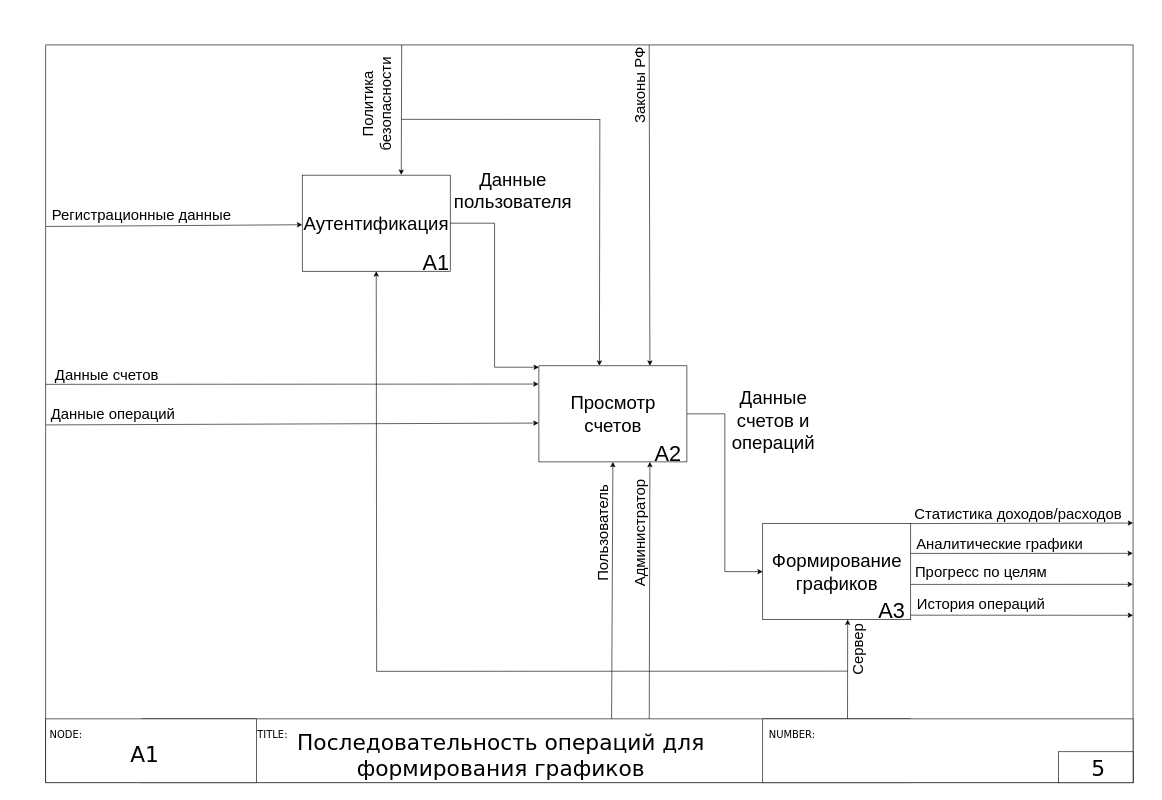
This is A1.drawio from melekhelyon/KR, a draw.io file, before an edit. Source tidied: cells renumbered, new cells numbered last; positions are measured from the earlier drawing's top-left corner, leaving out a move shared by most shapes. Both pictures are drawn from the tidied source at 62%, with x=0, y=0 at pixel (11, 45).
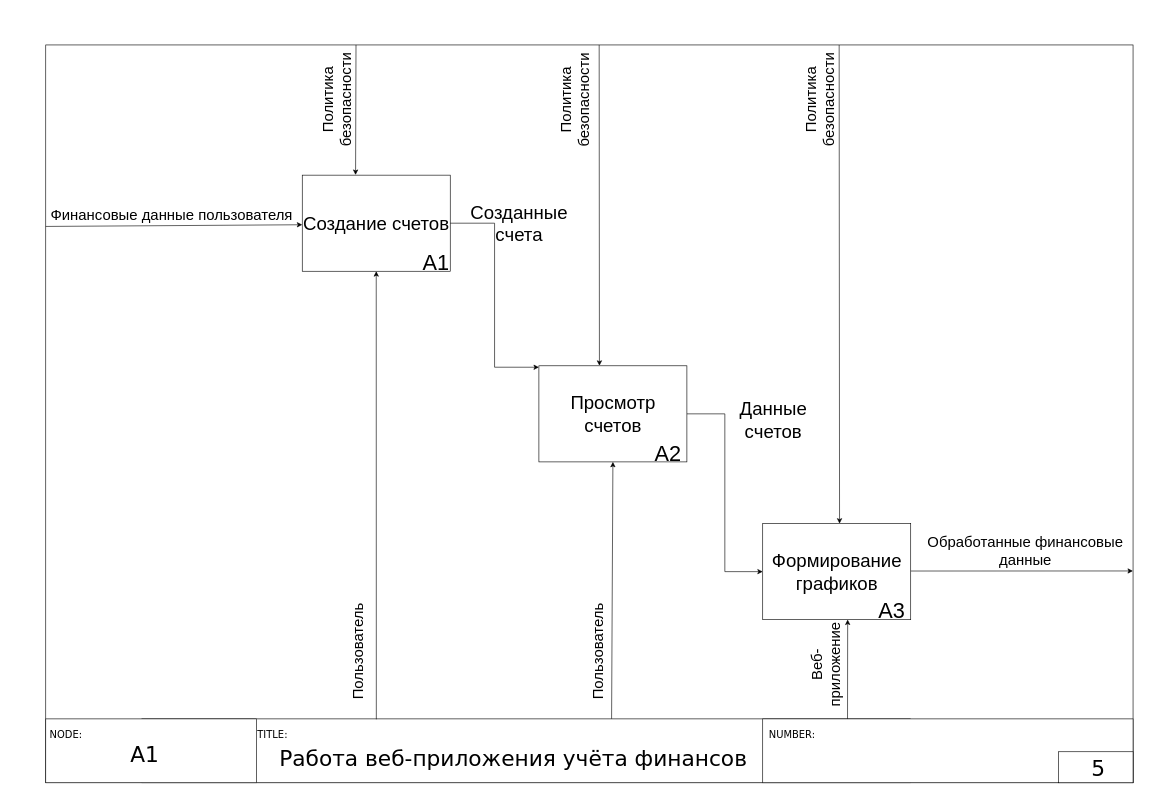
Above is the later version.

Unchanged cells that the change refers to:
```xml
<mxCell id="2" value="фф" style="rounded=0;whiteSpace=wrap;html=1;fontFamily=Verdana;fontSize=16;fillColor=default;strokeColor=default;imageAspect=0;" parent="1" vertex="1">
  <mxGeometry x="56.3" width="1753.7" height="1190" as="geometry" />
</mxCell>
<mxCell id="38" value="&lt;font style=&quot;font-size: 30px;&quot;&gt;Просмотр счетов&lt;/font&gt;" style="rounded=0;whiteSpace=wrap;html=1;" parent="1" vertex="1">
  <mxGeometry x="851.7" y="517.5" width="238.7" height="155" as="geometry" />
</mxCell>
<mxCell id="43" value="&lt;font style=&quot;font-size: 30px;&quot;&gt;Формирование графиков&lt;/font&gt;" style="rounded=0;whiteSpace=wrap;html=1;" parent="1" vertex="1">
  <mxGeometry x="1212.7" y="772" width="238.7" height="155" as="geometry" />
</mxCell>
```

What changed in the source:
```diff
@@
-    <mxCell id="3" style="rounded=0;whiteSpace=wrap;html=1;fontFamily=Verdana;fontSize=16;" parent="1" vertex="1">
-      <mxGeometry x="211.3" y="1087" width="1240" height="103" as="geometry" />
-    </mxCell>
-    <mxCell id="4" style="rounded=0;whiteSpace=wrap;html=1;fontFamily=Verdana;fontSize=16;" parent="1" vertex="1">
-      <mxGeometry x="56.3" y="1087" width="340" height="103" as="geometry" />
-    </mxCell>
-    <mxCell id="5" style="rounded=0;whiteSpace=wrap;html=1;fontFamily=Verdana;fontSize=16;" parent="1" vertex="1">
-      <mxGeometry x="1212.7" y="1087" width="597.3" height="103" as="geometry" />
-    </mxCell>
-    <mxCell id="6" style="rounded=0;whiteSpace=wrap;html=1;fontFamily=Verdana;fontSize=16;" parent="1" vertex="1">
-      <mxGeometry x="1690" y="1140" width="120" height="50" as="geometry" />
-    </mxCell>
+    <mxCell id="51" style="rounded=0;whiteSpace=wrap;html=1;fontFamily=Verdana;fontSize=16;" parent="1" vertex="1">
+      <mxGeometry x="211.3" y="1087" width="1240" height="103" as="geometry" />
+    </mxCell>
+    <mxCell id="52" style="rounded=0;whiteSpace=wrap;html=1;fontFamily=Verdana;fontSize=16;" parent="1" vertex="1">
+      <mxGeometry x="56.3" y="1087" width="340" height="103" as="geometry" />
+    </mxCell>
+    <mxCell id="53" style="rounded=0;whiteSpace=wrap;html=1;fontFamily=Verdana;fontSize=16;" parent="1" vertex="1">
+      <mxGeometry x="1212.7" y="1087" width="597.3" height="103" as="geometry" />
+    </mxCell>
+    <mxCell id="54" style="rounded=0;whiteSpace=wrap;html=1;fontFamily=Verdana;fontSize=16;" parent="1" vertex="1">
+      <mxGeometry x="1690" y="1140" width="120" height="50" as="geometry" />
+    </mxCell>
@@
-    <mxCell id="11" style="endArrow=classic;html=1;rounded=0;exitX=0;exitY=0.46;exitDx=0;exitDy=0;exitPerimeter=0;entryX=-0.002;entryY=0.19;entryDx=0;entryDy=0;entryPerimeter=0;" parent="1" edge="1" source="2" target="38">
-      <mxGeometry relative="1" as="geometry" />
-    </mxCell>
-    <mxCell id="12" style="endArrow=classic;html=1;rounded=0;exitX=0;exitY=0.515;exitDx=0;exitDy=0;exitPerimeter=0;entryX=-0.002;entryY=0.596;entryDx=0;entryDy=0;entryPerimeter=0;" parent="1" edge="1" source="2" target="38">
-      <mxGeometry relative="1" as="geometry" />
-    </mxCell>
-    <mxCell id="13" value="&lt;div&gt;&lt;font style=&quot;font-size: 24px;&quot;&gt;Данные счетов&lt;/font&gt;&lt;/div&gt;" style="text;html=1;whiteSpace=wrap;strokeColor=none;fillColor=none;align=center;verticalAlign=middle;rounded=0;" parent="1" vertex="1">
-      <mxGeometry y="517.5" width="310" height="30" as="geometry" />
-    </mxCell>
-    <mxCell id="14" value="&lt;span style=&quot;font-size: 24px;&quot;&gt;Данные операций&lt;/span&gt;" style="text;html=1;whiteSpace=wrap;strokeColor=none;fillColor=none;align=center;verticalAlign=middle;rounded=0;" parent="1" vertex="1">
-      <mxGeometry x="10" y="580" width="310" height="30" as="geometry" />
-    </mxCell>
-    <mxCell id="15" value="&lt;font style=&quot;font-size: 24px;&quot;&gt;Регистрационные данные&lt;/font&gt;" style="text;html=1;whiteSpace=wrap;strokeColor=none;fillColor=none;align=center;verticalAlign=middle;rounded=0;" parent="1" vertex="1">
-      <mxGeometry x="56.3" y="260" width="310" height="30" as="geometry" />
-    </mxCell>
-    <mxCell id="16" style="endArrow=classic;html=1;rounded=0;entryX=1;entryY=0.648;entryDx=0;entryDy=0;entryPerimeter=0;exitX=1;exitY=0;exitDx=0;exitDy=0;" parent="1" edge="1" source="43" target="2">
-      <mxGeometry relative="1" as="geometry" />
-    </mxCell>
-    <mxCell id="17" style="endArrow=classic;html=1;rounded=0;entryX=1;entryY=0.672;entryDx=0;entryDy=0;entryPerimeter=0;exitX=1.001;exitY=0.179;exitDx=0;exitDy=0;exitPerimeter=0;" parent="1" edge="1">
-      <mxGeometry relative="1" as="geometry">
-        <mxPoint x="1451.3" y="820.1" as="sourcePoint" />
-        <mxPoint x="1809.8" y="820" as="targetPoint" />
-      </mxGeometry>
-    </mxCell>
-    <mxCell id="18" style="endArrow=classic;html=1;rounded=0;entryX=1;entryY=0.697;entryDx=0;entryDy=0;entryPerimeter=0;exitX=1.001;exitY=0.371;exitDx=0;exitDy=0;exitPerimeter=0;" parent="1" edge="1">
-      <mxGeometry relative="1" as="geometry">
-        <mxPoint x="1451.3" y="870.1" as="sourcePoint" />
-        <mxPoint x="1809.8" y="870" as="targetPoint" />
-      </mxGeometry>
-    </mxCell>
-    <mxCell id="19" style="endArrow=classic;html=1;rounded=0;entryX=1;entryY=0.773;entryDx=0;entryDy=0;entryPerimeter=0;exitX=0.998;exitY=0.953;exitDx=0;exitDy=0;exitPerimeter=0;" parent="1" edge="1" source="43" target="2">
-      <mxGeometry relative="1" as="geometry" />
-    </mxCell>
-    <mxCell id="20" value="&lt;font style=&quot;font-size: 24px;&quot;&gt;Статистика доходов/расходов&lt;/font&gt;" style="text;html=1;whiteSpace=wrap;strokeColor=none;fillColor=none;align=center;verticalAlign=middle;rounded=0;" parent="1" vertex="1">
-      <mxGeometry x="1410" y="742" width="430" height="30" as="geometry" />
-    </mxCell>
-    <mxCell id="21" value="&lt;font style=&quot;font-size: 24px;&quot;&gt;Аналитические графики&lt;/font&gt;" style="text;html=1;whiteSpace=wrap;strokeColor=none;fillColor=none;align=center;verticalAlign=middle;rounded=0;" parent="1" vertex="1">
-      <mxGeometry x="1440" y="790" width="310" height="30" as="geometry" />
-    </mxCell>
-    <mxCell id="22" value="&lt;font style=&quot;font-size: 24px;&quot;&gt;Прогресс по целям&lt;/font&gt;" style="text;html=1;whiteSpace=wrap;strokeColor=none;fillColor=none;align=center;verticalAlign=middle;rounded=0;" parent="1" vertex="1">
-      <mxGeometry x="1410" y="834.5" width="310" height="30" as="geometry" />
-    </mxCell>
-    <mxCell id="23" value="&lt;font style=&quot;font-size: 24px;&quot;&gt;История операций&lt;/font&gt;" style="text;html=1;whiteSpace=wrap;strokeColor=none;fillColor=none;align=center;verticalAlign=middle;rounded=0;" parent="1" vertex="1">
-      <mxGeometry x="1410" y="887" width="310" height="30" as="geometry" />
-    </mxCell>
-    <mxCell id="24" style="endArrow=classic;html=1;rounded=0;exitX=0.487;exitY=0;exitDx=0;exitDy=0;exitPerimeter=0;entryX=0.669;entryY=-0.003;entryDx=0;entryDy=0;entryPerimeter=0;" parent="1" edge="1" target="39">
-      <mxGeometry relative="1" as="geometry">
-        <mxPoint x="630.4" as="sourcePoint" />
-      </mxGeometry>
-    </mxCell>
-    <mxCell id="25" style="endArrow=classic;html=1;rounded=0;exitX=0.555;exitY=0;exitDx=0;exitDy=0;exitPerimeter=0;entryX=0.75;entryY=0;entryDx=0;entryDy=0;" parent="1" edge="1" source="2" target="38">
-      <mxGeometry relative="1" as="geometry" />
-    </mxCell>
-    <mxCell id="26" value="&lt;font style=&quot;font-size: 24px;&quot;&gt;Политика безопасности&lt;/font&gt;" style="text;html=1;whiteSpace=wrap;strokeColor=none;fillColor=none;align=center;verticalAlign=middle;rounded=0;rotation=-90;" parent="1" vertex="1">
-      <mxGeometry x="470" y="80" width="240" height="30" as="geometry" />
-    </mxCell>
-    <mxCell id="27" value="&lt;span style=&quot;font-size: 24px;&quot;&gt;Законы РФ&lt;/span&gt;" style="text;html=1;whiteSpace=wrap;strokeColor=none;fillColor=none;align=center;verticalAlign=middle;rounded=0;rotation=-90;" parent="1" vertex="1">
-      <mxGeometry x="895" y="50" width="240" height="30" as="geometry" />
-    </mxCell>
-    <mxCell id="28" style="endArrow=classic;html=1;rounded=0;exitX=0.611;exitY=-0.001;exitDx=0;exitDy=0;exitPerimeter=0;entryX=0.5;entryY=1;entryDx=0;entryDy=0;" parent="1" edge="1" source="3" target="38">
-      <mxGeometry relative="1" as="geometry" />
-    </mxCell>
-    <mxCell id="29" style="endArrow=classic;html=1;rounded=0;exitX=0.66;exitY=0;exitDx=0;exitDy=0;exitPerimeter=0;entryX=0.75;entryY=1;entryDx=0;entryDy=0;" parent="1" edge="1" source="3" target="38">
-      <mxGeometry relative="1" as="geometry" />
-    </mxCell>
-    <mxCell id="30" style="endArrow=classic;html=1;rounded=0;exitX=0.229;exitY=0;exitDx=0;exitDy=0;exitPerimeter=0;entryX=0.574;entryY=0.999;entryDx=0;entryDy=0;entryPerimeter=0;" parent="1" edge="1" source="5" target="43">
-      <mxGeometry relative="1" as="geometry" />
-    </mxCell>
-    <mxCell id="31" value="&lt;span style=&quot;font-size: 24px;&quot;&gt;Пользователь&lt;/span&gt;" style="text;html=1;whiteSpace=wrap;strokeColor=none;fillColor=none;align=center;verticalAlign=middle;rounded=0;rotation=-90;" parent="1" vertex="1">
-      <mxGeometry x="800" y="772" width="310" height="30" as="geometry" />
-    </mxCell>
-    <mxCell id="32" value="&lt;span style=&quot;font-size: 24px;&quot;&gt;Администратор&lt;/span&gt;" style="text;html=1;whiteSpace=wrap;strokeColor=none;fillColor=none;align=center;verticalAlign=middle;rounded=0;rotation=-90;" parent="1" vertex="1">
-      <mxGeometry x="860" y="772" width="310" height="30" as="geometry" />
-    </mxCell>
-    <mxCell id="33" value="&lt;span style=&quot;font-size: 24px;&quot;&gt;Сервер&lt;/span&gt;" style="text;html=1;whiteSpace=wrap;strokeColor=none;fillColor=none;align=center;verticalAlign=middle;rounded=0;rotation=-90;" parent="1" vertex="1">
-      <mxGeometry x="1212.7" y="960" width="310" height="30" as="geometry" />
-    </mxCell>
-    <mxCell id="34" value="Последовательность операций для формирования графиков" style="text;whiteSpace=wrap;fontSize=35;fontFamily=Verdana;align=center;" parent="1" vertex="1">
-      <mxGeometry x="461.3" y="1097" width="658.7" height="60" as="geometry" />
-    </mxCell>
+    <mxCell id="55" value="&lt;font style=&quot;font-size: 24px;&quot;&gt;Финансовые данные пользователя&lt;/font&gt;" style="text;html=1;whiteSpace=wrap;strokeColor=none;fillColor=none;align=center;verticalAlign=middle;rounded=0;" parent="1" vertex="1">
+      <mxGeometry x="56.3" y="260.1" width="406.7" height="30" as="geometry" />
+    </mxCell>
+    <mxCell id="56" style="endArrow=classic;html=1;rounded=0;entryX=1;entryY=0.672;entryDx=0;entryDy=0;entryPerimeter=0;exitX=1.001;exitY=0.179;exitDx=0;exitDy=0;exitPerimeter=0;" parent="1" edge="1">
+      <mxGeometry relative="1" as="geometry">
+        <mxPoint x="1451.3" y="848.5" as="sourcePoint" />
+        <mxPoint x="1809.8" y="848.4" as="targetPoint" />
+      </mxGeometry>
+    </mxCell>
+    <mxCell id="57" style="endArrow=classic;html=1;rounded=0;exitX=0.487;exitY=0;exitDx=0;exitDy=0;exitPerimeter=0;entryX=0.669;entryY=-0.003;entryDx=0;entryDy=0;entryPerimeter=0;" parent="1" edge="1">
+      <mxGeometry relative="1" as="geometry">
+        <mxPoint x="556.7" as="sourcePoint" />
+        <mxPoint x="556" y="209.6" as="targetPoint" />
+      </mxGeometry>
+    </mxCell>
+    <mxCell id="58" value="&lt;font style=&quot;font-size: 24px;&quot;&gt;Политика безопасности&lt;/font&gt;" style="text;html=1;whiteSpace=wrap;strokeColor=none;fillColor=none;align=center;verticalAlign=middle;rounded=0;rotation=-90;" parent="1" vertex="1">
+      <mxGeometry x="406" y="73.1" width="240" height="30" as="geometry" />
+    </mxCell>
+    <mxCell id="59" style="endArrow=classic;html=1;rounded=0;exitX=0.611;exitY=-0.001;exitDx=0;exitDy=0;exitPerimeter=0;entryX=0.5;entryY=1;entryDx=0;entryDy=0;" parent="1" edge="1" source="51" target="38">
+      <mxGeometry relative="1" as="geometry" />
+    </mxCell>
+    <mxCell id="60" style="endArrow=classic;html=1;rounded=0;exitX=0.229;exitY=0;exitDx=0;exitDy=0;exitPerimeter=0;entryX=0.574;entryY=0.999;entryDx=0;entryDy=0;entryPerimeter=0;" parent="1" edge="1" source="53" target="43">
+      <mxGeometry relative="1" as="geometry" />
+    </mxCell>
+    <mxCell id="61" value="&lt;span style=&quot;font-size: 24px;&quot;&gt;Пользователь&lt;/span&gt;" style="text;html=1;whiteSpace=wrap;strokeColor=none;fillColor=none;align=center;verticalAlign=middle;rounded=0;rotation=-90;" parent="1" vertex="1">
+      <mxGeometry x="406" y="963.1" width="310" height="30" as="geometry" />
+    </mxCell>
+    <mxCell id="62" value="&lt;span style=&quot;font-size: 24px;&quot;&gt;Веб-приложение&lt;/span&gt;" style="text;html=1;whiteSpace=wrap;strokeColor=none;fillColor=none;align=center;verticalAlign=middle;rounded=0;rotation=-90;" parent="1" vertex="1">
+      <mxGeometry x="1233" y="984.4" width="164" height="30" as="geometry" />
+    </mxCell>
+    <mxCell id="63" value="Работа веб-приложения учёта финансов" style="text;whiteSpace=wrap;fontSize=35;fontFamily=Verdana;align=center;" parent="1" vertex="1">
+      <mxGeometry x="427.7" y="1123.1" width="764.7" height="60" as="geometry" />
+    </mxCell>
@@
-    <mxCell id="36" style="endArrow=classic;html=1;rounded=0;exitX=0;exitY=0.246;exitDx=0;exitDy=0;exitPerimeter=0;entryX=0;entryY=0.5;entryDx=0;entryDy=0;" parent="1" edge="1" source="2">
-      <mxGeometry relative="1" as="geometry">
-        <mxPoint x="470" y="290" as="targetPoint" />
-      </mxGeometry>
-    </mxCell>
+    <mxCell id="64" style="endArrow=classic;html=1;rounded=0;exitX=0;exitY=0.246;exitDx=0;exitDy=0;exitPerimeter=0;entryX=0;entryY=0.5;entryDx=0;entryDy=0;" parent="1" edge="1" source="2">
+      <mxGeometry relative="1" as="geometry">
+        <mxPoint x="470" y="290" as="targetPoint" />
+      </mxGeometry>
+    </mxCell>
@@
-    <mxCell id="39" value="&lt;font style=&quot;font-size: 30px;&quot;&gt;Аутентификация&lt;/font&gt;" style="rounded=0;whiteSpace=wrap;html=1;" parent="1" vertex="1">
-      <mxGeometry x="470" y="210" width="238.7" height="155" as="geometry" />
-    </mxCell>
-    <mxCell id="40" style="edgeStyle=orthogonalEdgeStyle;rounded=0;jettySize=auto;html=1;exitX=1;exitY=0.5;exitDx=0;exitDy=0;entryX=0;entryY=0.015;entryDx=0;entryDy=0;entryPerimeter=0;" parent="1" edge="1" source="39" target="38">
-      <mxGeometry relative="1" as="geometry" />
-    </mxCell>
+    <mxCell id="65" value="&lt;font style=&quot;font-size: 30px;&quot;&gt;Создание счетов&lt;/font&gt;" style="rounded=0;whiteSpace=wrap;html=1;" parent="1" vertex="1">
+      <mxGeometry x="470" y="210" width="238.7" height="155" as="geometry" />
+    </mxCell>
+    <mxCell id="66" style="edgeStyle=orthogonalEdgeStyle;rounded=0;jettySize=auto;html=1;exitX=1;exitY=0.5;exitDx=0;exitDy=0;entryX=0;entryY=0.015;entryDx=0;entryDy=0;entryPerimeter=0;" parent="1" edge="1" source="65" target="38">
+      <mxGeometry relative="1" as="geometry" />
+    </mxCell>
@@
-    <mxCell id="45" style="endArrow=none;html=1;rounded=0;entryX=0.304;entryY=0.849;entryDx=0;entryDy=0;entryPerimeter=0;" parent="1" edge="1" target="2">
-      <mxGeometry relative="1" as="geometry">
-        <mxPoint x="1350" y="1010" as="sourcePoint" />
-      </mxGeometry>
-    </mxCell>
-    <mxCell id="46" style="endArrow=classic;html=1;rounded=0;entryX=0.5;entryY=1;entryDx=0;entryDy=0;" parent="1" edge="1" target="39">
-      <mxGeometry relative="1" as="geometry">
-        <mxPoint x="590" y="1010" as="sourcePoint" />
-      </mxGeometry>
-    </mxCell>
-    <mxCell id="47" value="&lt;font style=&quot;font-size: 30px;&quot;&gt;Данные счетов и операций&lt;/font&gt;" style="text;html=1;whiteSpace=wrap;strokeColor=none;fillColor=none;align=center;verticalAlign=middle;rounded=0;" parent="1" vertex="1">
-      <mxGeometry x="1200" y="590" width="60" height="30" as="geometry" />
-    </mxCell>
-    <mxCell id="48" value="&lt;font style=&quot;font-size: 30px;&quot;&gt;Данные пользователя&lt;/font&gt;" style="text;html=1;whiteSpace=wrap;strokeColor=none;fillColor=none;align=center;verticalAlign=middle;rounded=0;" parent="1" vertex="1">
-      <mxGeometry x="780" y="220" width="60" height="30" as="geometry" />
-    </mxCell>
-    <mxCell id="49" style="endArrow=none;html=1;rounded=0;entryX=0.51;entryY=0.101;entryDx=0;entryDy=0;entryPerimeter=0;" parent="1" edge="1" target="2">
-      <mxGeometry relative="1" as="geometry">
-        <mxPoint x="630" y="120" as="sourcePoint" />
-      </mxGeometry>
-    </mxCell>
-    <mxCell id="50" style="endArrow=classic;html=1;rounded=0;entryX=0.409;entryY=-0.001;entryDx=0;entryDy=0;entryPerimeter=0;" parent="1" edge="1" target="38">
-      <mxGeometry relative="1" as="geometry">
-        <mxPoint x="950" y="120" as="sourcePoint" />
-      </mxGeometry>
-    </mxCell>
+    <mxCell id="67" style="endArrow=classic;html=1;rounded=0;entryX=0.5;entryY=1;entryDx=0;entryDy=0;exitX=0.305;exitY=0.007;exitDx=0;exitDy=0;exitPerimeter=0;" parent="1" edge="1" source="51" target="65">
+      <mxGeometry relative="1" as="geometry" />
+    </mxCell>
+    <mxCell id="13" value="&lt;font style=&quot;font-size: 30px;&quot;&gt;Данные счетов&lt;/font&gt;" style="text;html=1;whiteSpace=wrap;strokeColor=none;fillColor=none;align=center;verticalAlign=middle;rounded=0;" parent="1" vertex="1">
+      <mxGeometry x="1200" y="590" width="60" height="30" as="geometry" />
+    </mxCell>
+    <mxCell id="68" value="&lt;font style=&quot;font-size: 30px;&quot;&gt;Созданные счета&lt;/font&gt;" style="text;html=1;whiteSpace=wrap;strokeColor=none;fillColor=none;align=center;verticalAlign=middle;rounded=0;" parent="1" vertex="1">
+      <mxGeometry x="790.3" y="272.5" width="60" height="30" as="geometry" />
+    </mxCell>
+    <mxCell id="69" style="endArrow=classic;html=1;rounded=0;entryX=0.409;entryY=-0.001;entryDx=0;entryDy=0;entryPerimeter=0;exitX=0.509;exitY=0;exitDx=0;exitDy=0;exitPerimeter=0;" parent="1" edge="1" source="2" target="38">
+      <mxGeometry relative="1" as="geometry" />
+    </mxCell>
+    <mxCell id="70" value="&lt;font style=&quot;font-size: 24px;&quot;&gt;Политика безопасности&lt;/font&gt;" style="text;html=1;whiteSpace=wrap;strokeColor=none;fillColor=none;align=center;verticalAlign=middle;rounded=0;rotation=-90;" parent="1" vertex="1">
+      <mxGeometry x="790.3" y="73.1" width="240" height="30" as="geometry" />
+    </mxCell>
+    <mxCell id="71" style="endArrow=classic;html=1;rounded=0;exitX=0.778;exitY=0;exitDx=0;exitDy=0;exitPerimeter=0;entryX=0.75;entryY=0;entryDx=0;entryDy=0;" parent="1" edge="1">
+      <mxGeometry relative="1" as="geometry">
+        <mxPoint x="1336" y="0.1" as="sourcePoint" />
+        <mxPoint x="1336.6" y="772" as="targetPoint" />
+      </mxGeometry>
+    </mxCell>
+    <mxCell id="72" value="&lt;font style=&quot;font-size: 24px;&quot;&gt;Политика безопасности&lt;/font&gt;" style="text;html=1;whiteSpace=wrap;strokeColor=none;fillColor=none;align=center;verticalAlign=middle;rounded=0;rotation=-90;" parent="1" vertex="1">
+      <mxGeometry x="1186" y="73.1" width="240" height="30" as="geometry" />
+    </mxCell>
+    <mxCell id="73" value="&lt;font style=&quot;font-size: 24px;&quot;&gt;Обработанные финансовые данные&lt;/font&gt;" style="text;html=1;whiteSpace=wrap;strokeColor=none;fillColor=none;align=center;verticalAlign=middle;rounded=0;" parent="1" vertex="1">
+      <mxGeometry x="1433" y="802.1" width="406.7" height="30" as="geometry" />
+    </mxCell>
+    <mxCell id="74" value="&lt;span style=&quot;font-size: 24px;&quot;&gt;Пользователь&lt;/span&gt;" style="text;html=1;whiteSpace=wrap;strokeColor=none;fillColor=none;align=center;verticalAlign=middle;rounded=0;rotation=-90;" parent="1" vertex="1">
+      <mxGeometry x="793" y="963.1" width="310" height="30" as="geometry" />
+    </mxCell>
```
